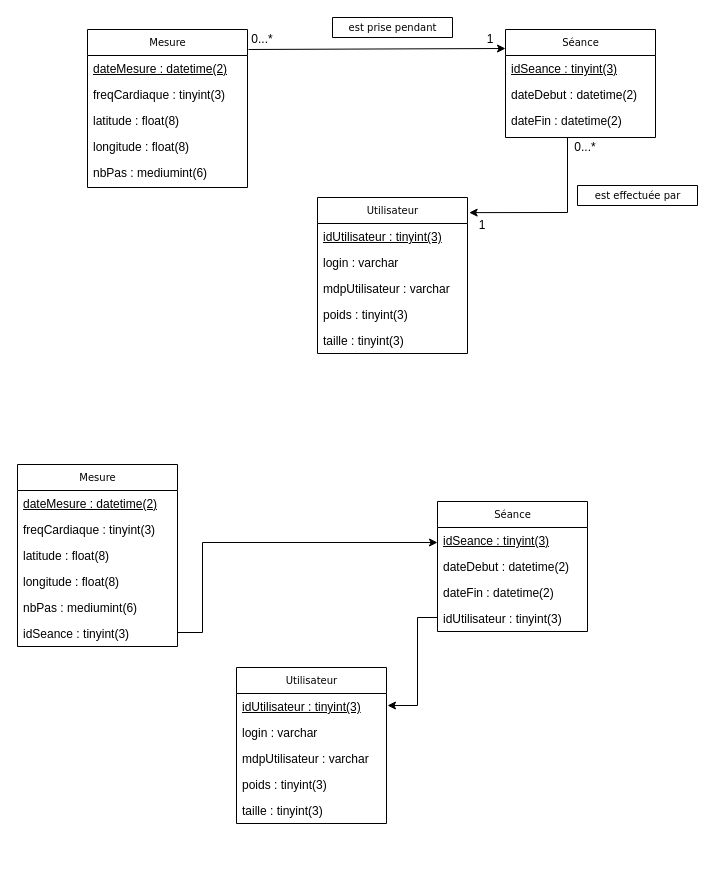
Before: bdd/modeleBdd.drawio in ylrb/Usain-Belt, a draw.io diagram. Source tidied: cells renumbered, new cells numbered last; positions are measured from the earlier drawing's top-left corner, leaving out a move shared by most shapes. Both pictures are drawn from the tidied source at 100%, with x=0, y=0 at pixel (17, 17).
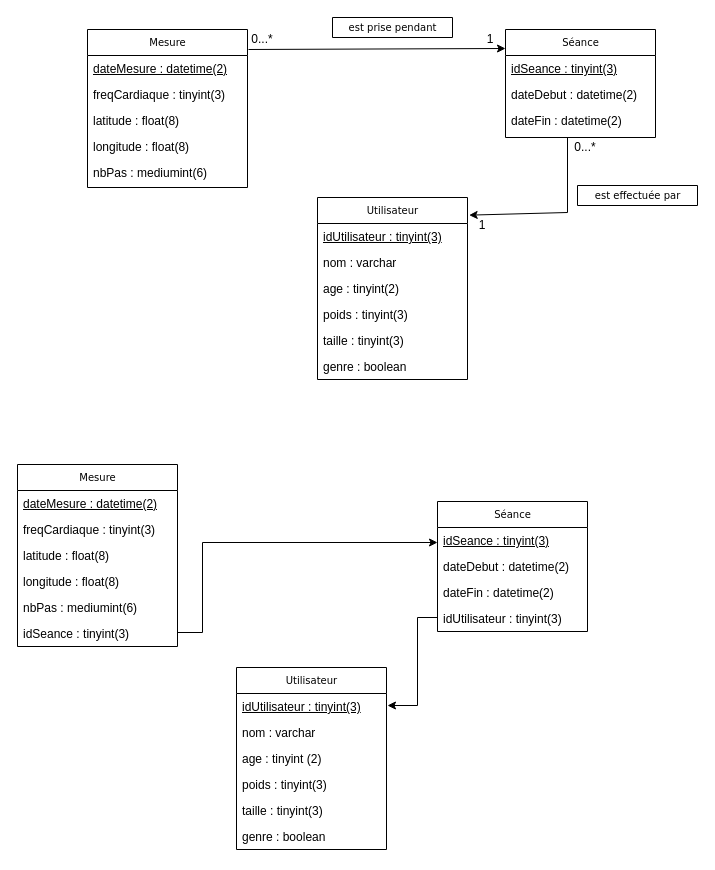
After the change.

Commit message:
maj modelebdd

What changed in the source:
```diff
@@
     <mxCell id="28" value="Utilisateur" style="swimlane;html=1;fontStyle=0;horizontal=1;startSize=26;fillColor=none;swimlaneFillColor=#ffffff;rounded=0;shadow=0;comic=0;labelBackgroundColor=none;strokeWidth=1;fontFamily=Verdana;fontSize=10;align=center;" parent="1" vertex="1">
-      <mxGeometry x="300" y="180" width="150" height="156" as="geometry" />
+      <mxGeometry x="300" y="180" width="150" height="182" as="geometry" />
     </mxCell>
@@
-    <mxCell id="30" value="login : varchar" style="text;html=1;strokeColor=none;fillColor=none;align=left;verticalAlign=top;spacingLeft=4;spacingRight=4;whiteSpace=wrap;overflow=hidden;" parent="28" vertex="1">
+    <mxCell id="30" value="nom : varchar" style="text;html=1;strokeColor=none;fillColor=none;align=left;verticalAlign=top;spacingLeft=4;spacingRight=4;whiteSpace=wrap;overflow=hidden;" parent="28" vertex="1">
       <mxGeometry y="52" width="150" height="26" as="geometry" />
     </mxCell>
-    <mxCell id="31" value="mdpUtilisateur : varchar" style="text;html=1;strokeColor=none;fillColor=none;align=left;verticalAlign=top;spacingLeft=4;spacingRight=4;whiteSpace=wrap;overflow=hidden;" parent="28" vertex="1">
+    <mxCell id="31" value="age : tinyint(2)" style="text;html=1;strokeColor=none;fillColor=none;align=left;verticalAlign=top;spacingLeft=4;spacingRight=4;whiteSpace=wrap;overflow=hidden;" parent="28" vertex="1">
       <mxGeometry y="78" width="150" height="26" as="geometry" />
     </mxCell>
@@
+    <mxCell id="46" value="genre : boolean" style="text;html=1;strokeColor=none;fillColor=none;align=left;verticalAlign=top;spacingLeft=4;spacingRight=4;whiteSpace=wrap;overflow=hidden;" parent="28" vertex="1">
+      <mxGeometry y="156" width="150" height="26" as="geometry" />
+    </mxCell>
     <mxCell id="34" value="Utilisateur" style="swimlane;html=1;fontStyle=0;horizontal=1;startSize=26;fillColor=none;swimlaneFillColor=#ffffff;rounded=0;shadow=0;comic=0;labelBackgroundColor=none;strokeWidth=1;fontFamily=Verdana;fontSize=10;align=center;" parent="1" vertex="1">
-      <mxGeometry x="219" y="650" width="150" height="156" as="geometry" />
+      <mxGeometry x="219" y="650" width="150" height="182" as="geometry" />
     </mxCell>
@@
-    <mxCell id="36" value="login : varchar" style="text;html=1;strokeColor=none;fillColor=none;align=left;verticalAlign=top;spacingLeft=4;spacingRight=4;whiteSpace=wrap;overflow=hidden;" parent="34" vertex="1">
+    <mxCell id="36" value="nom : varchar" style="text;html=1;strokeColor=none;fillColor=none;align=left;verticalAlign=top;spacingLeft=4;spacingRight=4;whiteSpace=wrap;overflow=hidden;" parent="34" vertex="1">
       <mxGeometry y="52" width="150" height="26" as="geometry" />
     </mxCell>
-    <mxCell id="37" value="mdpUtilisateur : varchar" style="text;html=1;strokeColor=none;fillColor=none;align=left;verticalAlign=top;spacingLeft=4;spacingRight=4;whiteSpace=wrap;overflow=hidden;" parent="34" vertex="1">
+    <mxCell id="37" value="age : tinyint (2)" style="text;html=1;strokeColor=none;fillColor=none;align=left;verticalAlign=top;spacingLeft=4;spacingRight=4;whiteSpace=wrap;overflow=hidden;" parent="34" vertex="1">
       <mxGeometry y="78" width="150" height="26" as="geometry" />
     </mxCell>
@@
+    <mxCell id="47" value="genre : boolean" style="text;html=1;strokeColor=none;fillColor=none;align=left;verticalAlign=top;spacingLeft=4;spacingRight=4;whiteSpace=wrap;overflow=hidden;" parent="34" vertex="1">
+      <mxGeometry y="156" width="150" height="26" as="geometry" />
+    </mxCell>
```
